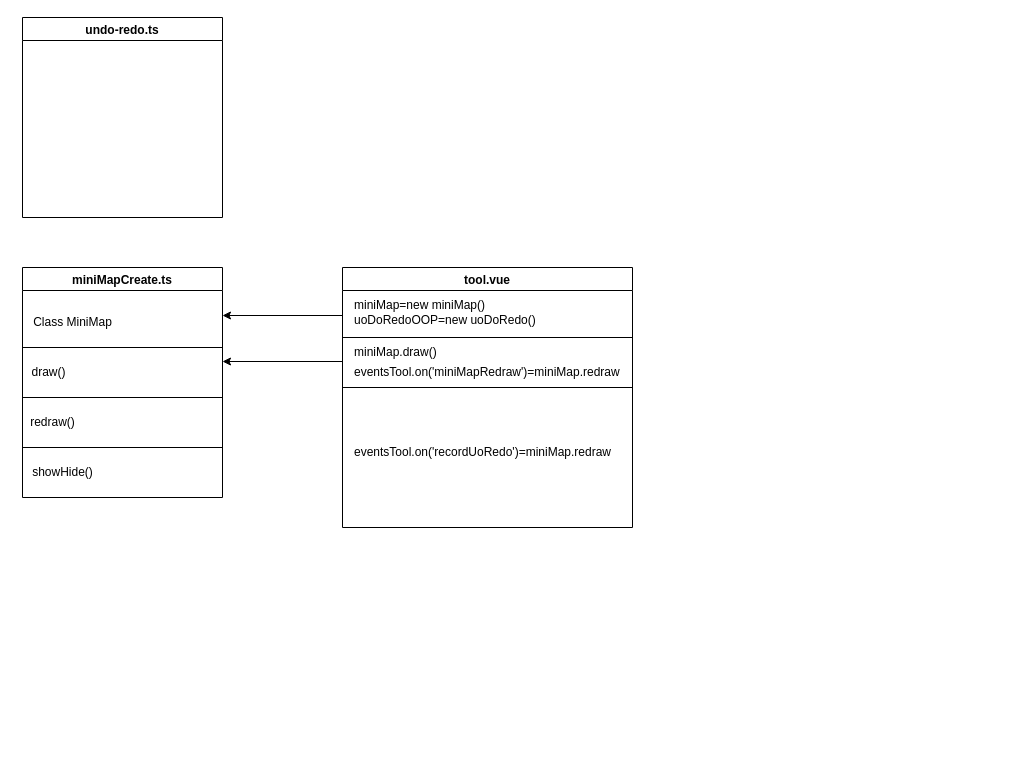
Before: Untitled Diagram.drawio in dlf9412/Vue3.0-Node, a draw.io diagram. Source tidied: cells renumbered, new cells numbered last; positions are measured from the earlier drawing's top-left corner, leaving out a move shared by most shapes. Both pictures are drawn from the tidied source at 100%, with x=0, y=0 at pixel (17, 17).
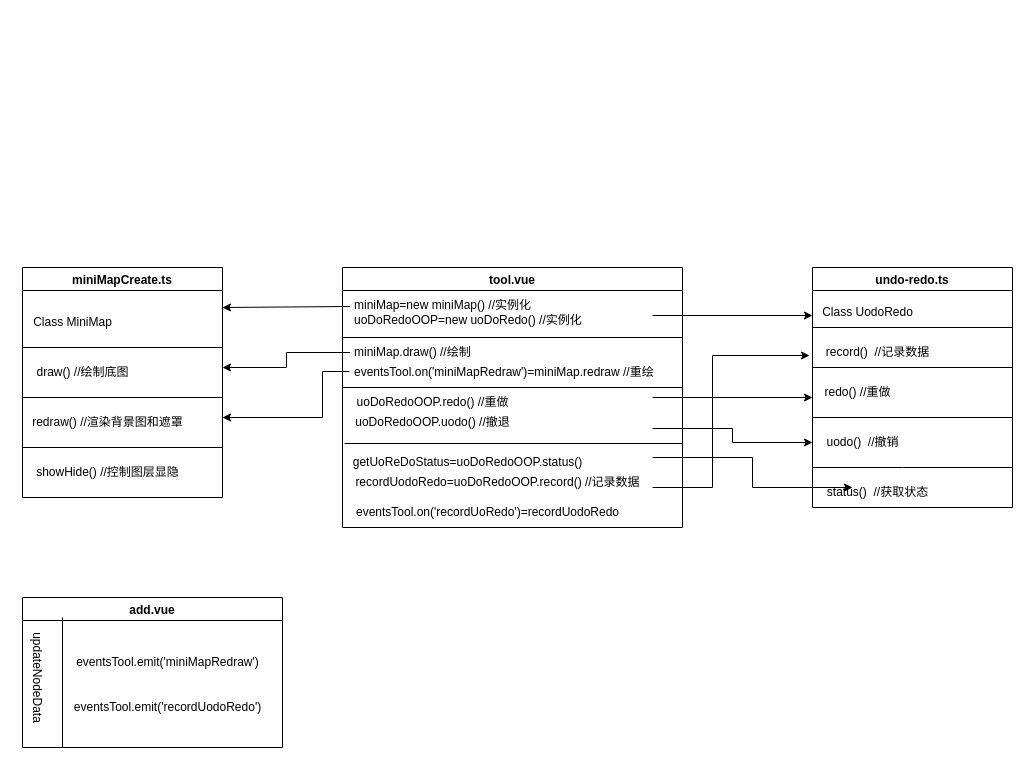
Above is the later version.

Unchanged cells that the change refers to:
```xml
<mxCell id="2" value="miniMapCreate.ts" style="swimlane;" parent="1" vertex="1">
  <mxGeometry x="5" y="250" width="200" height="230" as="geometry" />
</mxCell>
```

What changed in the source:
```diff
@@
-    <mxCell id="5" value="draw()" style="text;html=1;align=center;verticalAlign=middle;strokeColor=none;fillColor=none;" parent="2" vertex="1">
-      <mxGeometry x="-4" y="90" width="60" height="30" as="geometry" />
+    <mxCell id="5" value="draw() //绘制底图" style="text;html=1;align=center;verticalAlign=middle;strokeColor=none;fillColor=none;" parent="2" vertex="1">
+      <mxGeometry y="90" width="120" height="30" as="geometry" />
     </mxCell>
-    <mxCell id="6" value="redraw()" style="text;html=1;align=center;verticalAlign=middle;strokeColor=none;fillColor=none;" parent="2" vertex="1">
-      <mxGeometry x="-5" y="140" width="70" height="30" as="geometry" />
+    <mxCell id="6" value="redraw() //渲染背景图和遮罩" style="text;html=1;align=center;verticalAlign=middle;strokeColor=none;fillColor=none;" parent="2" vertex="1">
+      <mxGeometry y="140" width="170" height="30" as="geometry" />
     </mxCell>
-    <mxCell id="7" value="showHide()" style="text;html=1;align=center;verticalAlign=middle;strokeColor=none;fillColor=none;" parent="2" vertex="1">
-      <mxGeometry y="190" width="80" height="30" as="geometry" />
+    <mxCell id="7" value="showHide() //控制图层显隐" style="text;html=1;align=center;verticalAlign=middle;strokeColor=none;fillColor=none;" parent="2" vertex="1">
+      <mxGeometry y="190" width="170" height="30" as="geometry" />
     </mxCell>
     <mxCell id="8" value="tool.vue" style="swimlane;" parent="1" vertex="1">
-      <mxGeometry x="325" y="250" width="290" height="260" as="geometry" />
+      <mxGeometry x="325" y="250" width="340" height="260" as="geometry" />
     </mxCell>
-    <mxCell id="9" value="miniMap=new miniMap()&lt;br&gt;uoDoRedoOOP=new uoDoRedo()" style="text;html=1;align=left;verticalAlign=middle;points=[];strokeColor=none;fillColor=none;" parent="8" vertex="1">
-      <mxGeometry x="10" y="25" width="210" height="40" as="geometry" />
+    <mxCell id="9" value="miniMap=new miniMap() //实例化&lt;br&gt;uoDoRedoOOP=new uoDoRedo() //实例化" style="text;html=1;align=left;verticalAlign=middle;points=[];strokeColor=none;fillColor=none;" parent="8" vertex="1">
+      <mxGeometry x="10" y="25" width="250" height="40" as="geometry" />
     </mxCell>
-    <mxCell id="10" value="miniMap.draw()" style="text;html=1;align=left;verticalAlign=middle;points=[];strokeColor=none;fillColor=none;" parent="8" vertex="1">
-      <mxGeometry x="10" y="70" width="110" height="30" as="geometry" />
+    <mxCell id="10" value="miniMap.draw() //绘制" style="text;html=1;align=left;verticalAlign=middle;points=[];strokeColor=none;fillColor=none;" parent="8" vertex="1">
+      <mxGeometry x="10" y="70" width="140" height="30" as="geometry" />
     </mxCell>
-    <mxCell id="11" value="eventsTool.on('miniMapRedraw')=miniMap.redraw" style="text;html=1;align=left;verticalAlign=middle;points=[];strokeColor=none;fillColor=none;" parent="8" vertex="1">
-      <mxGeometry x="10" y="90" width="290" height="30" as="geometry" />
+    <mxCell id="11" value="eventsTool.on('miniMapRedraw')=miniMap.redraw //重绘" style="text;html=1;align=left;verticalAlign=middle;points=[];strokeColor=none;fillColor=none;" parent="8" vertex="1">
+      <mxGeometry x="10" y="90" width="320" height="30" as="geometry" />
     </mxCell>
-    <mxCell id="12" value="eventsTool.on('recordUoRedo')=miniMap.redraw" style="text;html=1;align=center;verticalAlign=middle;strokeColor=none;fillColor=none;" parent="8" vertex="1">
-      <mxGeometry y="170" width="280" height="30" as="geometry" />
+    <mxCell id="12" value="eventsTool.on('recordUoRedo')=recordUodoRedo" style="text;html=1;align=center;verticalAlign=middle;strokeColor=none;fillColor=none;" parent="8" vertex="1">
+      <mxGeometry y="230" width="290" height="30" as="geometry" />
     </mxCell>
+    <mxCell id="20" value="&lt;span style=&quot;text-align: left;&quot;&gt;uoDoRedoOOP&lt;/span&gt;.uodo() //撤退" style="text;html=1;align=center;verticalAlign=middle;strokeColor=none;fillColor=none;" parent="8" vertex="1">
+      <mxGeometry y="140" width="180" height="30" as="geometry" />
+    </mxCell>
+    <mxCell id="21" value="getUoReDoStatus=&lt;span style=&quot;text-align: left;&quot;&gt;uoDoRedoOOP.status()&lt;/span&gt;" style="text;html=1;align=center;verticalAlign=middle;points=[];strokeColor=none;fillColor=none;" parent="8" vertex="1">
+      <mxGeometry y="180" width="250" height="30" as="geometry" />
+    </mxCell>
+    <mxCell id="22" value="recordUodoRedo=&lt;span style=&quot;text-align: left;&quot;&gt;uoDoRedoOOP.record() //记录数据&lt;/span&gt;" style="text;html=1;align=center;verticalAlign=middle;strokeColor=none;fillColor=none;" parent="8" vertex="1">
+      <mxGeometry y="200" width="310" height="30" as="geometry" />
+    </mxCell>
+    <mxCell id="23" value="&lt;span style=&quot;text-align: left;&quot;&gt;uoDoRedoOOP&lt;/span&gt;.redo() //重做" style="text;html=1;align=center;verticalAlign=middle;strokeColor=none;fillColor=none;" parent="8" vertex="1">
+      <mxGeometry y="120" width="180" height="30" as="geometry" />
+    </mxCell>
@@
-    <mxCell id="15" style="endArrow=classic;html=1;rounded=0;" parent="1" edge="1">
+    <mxCell id="15" style="endArrow=classic;html=1;rounded=0;exitX=-0.01;exitY=0.35;exitDx=0;exitDy=0;exitPerimeter=0;" parent="1" edge="1" source="9">
       <mxGeometry relative="1" as="geometry">
-        <mxPoint x="325" y="298" as="sourcePoint" />
-        <mxPoint x="205" y="298" as="targetPoint" />
+        <mxPoint x="205" y="290" as="targetPoint" />
       </mxGeometry>
     </mxCell>
-    <mxCell id="16" style="endArrow=classic;html=1;rounded=0;" parent="1" edge="1">
-      <mxGeometry relative="1" as="geometry">
-        <mxPoint x="325" y="344" as="sourcePoint" />
-        <mxPoint x="205" y="344" as="targetPoint" />
-      </mxGeometry>
-    </mxCell>
     <mxCell id="17" style="endArrow=none;html=1;rounded=0;" parent="1" edge="1">
       <mxGeometry relative="1" as="geometry">
         <mxPoint x="325" y="320" as="sourcePoint" />
-        <mxPoint x="615" y="320" as="targetPoint" />
+        <mxPoint x="665" y="320" as="targetPoint" />
       </mxGeometry>
     </mxCell>
-    <mxCell id="18" style="endArrow=none;html=1;rounded=0;entryX=0.966;entryY=1;entryDx=0;entryDy=0;entryPerimeter=0;" parent="1" edge="1" target="11">
+    <mxCell id="18" style="endArrow=none;html=1;rounded=0;" parent="1" edge="1">
       <mxGeometry relative="1" as="geometry">
         <mxPoint x="325" y="370" as="sourcePoint" />
+        <mxPoint x="665" y="370" as="targetPoint" />
       </mxGeometry>
     </mxCell>
     <mxCell id="19" value="undo-redo.ts" style="swimlane;startSize=23;" parent="1" vertex="1">
-      <mxGeometry x="5" width="200" height="200" as="geometry" />
+      <mxGeometry x="795" y="250" width="200" height="240" as="geometry" />
     </mxCell>
+    <mxCell id="24" value="Class UodoRedo" style="text;html=1;align=center;verticalAlign=middle;points=[];strokeColor=none;fillColor=none;" parent="19" vertex="1">
+      <mxGeometry y="30" width="110" height="30" as="geometry" />
+    </mxCell>
+    <mxCell id="25" value="record()&amp;nbsp; //记录数据" style="text;html=1;align=center;verticalAlign=middle;points=[];strokeColor=none;fillColor=none;" parent="19" vertex="1">
+      <mxGeometry y="70" width="130" height="30" as="geometry" />
+    </mxCell>
+    <mxCell id="26" value="uodo()&amp;nbsp; //撤销" style="text;html=1;align=center;verticalAlign=middle;points=[];strokeColor=none;fillColor=none;" parent="19" vertex="1">
+      <mxGeometry y="160" width="100" height="30" as="geometry" />
+    </mxCell>
+    <mxCell id="27" value="redo() //重做" style="text;html=1;align=center;verticalAlign=middle;strokeColor=none;fillColor=none;" parent="19" vertex="1">
+      <mxGeometry y="110" width="90" height="30" as="geometry" />
+    </mxCell>
+    <mxCell id="28" value="status()&amp;nbsp; //获取状态" style="text;html=1;align=center;verticalAlign=middle;strokeColor=none;fillColor=none;" parent="19" vertex="1">
+      <mxGeometry x="5" y="210" width="120" height="30" as="geometry" />
+    </mxCell>
+    <mxCell id="29" style="endArrow=none;html=1;rounded=0;" parent="19" edge="1">
+      <mxGeometry relative="1" as="geometry">
+        <mxPoint y="60" as="sourcePoint" />
+        <mxPoint x="200" y="60" as="targetPoint" />
+      </mxGeometry>
+    </mxCell>
+    <mxCell id="30" style="endArrow=none;html=1;rounded=0;" parent="19" edge="1">
+      <mxGeometry relative="1" as="geometry">
+        <mxPoint y="100" as="sourcePoint" />
+        <mxPoint x="200" y="100" as="targetPoint" />
+      </mxGeometry>
+    </mxCell>
+    <mxCell id="31" style="endArrow=none;html=1;rounded=0;" parent="19" edge="1">
+      <mxGeometry relative="1" as="geometry">
+        <mxPoint y="150" as="sourcePoint" />
+        <mxPoint x="200" y="150" as="targetPoint" />
+      </mxGeometry>
+    </mxCell>
+    <mxCell id="32" style="endArrow=none;html=1;rounded=0;" parent="19" edge="1">
+      <mxGeometry relative="1" as="geometry">
+        <mxPoint x="200" y="200" as="sourcePoint" />
+        <mxPoint y="200" as="targetPoint" />
+        <Array as="points">
+          <mxPoint x="90" y="200" />
+        </Array>
+      </mxGeometry>
+    </mxCell>
+    <mxCell id="33" style="edgeStyle=elbowEdgeStyle;elbow=horizontal;endArrow=classic;html=1;rounded=0;exitX=-0.01;exitY=0.467;exitDx=0;exitDy=0;exitPerimeter=0;" parent="1" edge="1" source="11">
+      <mxGeometry relative="1" as="geometry">
+        <mxPoint x="205" y="400" as="targetPoint" />
+        <Array as="points">
+          <mxPoint x="305" y="360" />
+        </Array>
+      </mxGeometry>
+    </mxCell>
+    <mxCell id="34" style="edgeStyle=elbowEdgeStyle;elbow=horizontal;endArrow=classic;html=1;rounded=0;exitX=-0.018;exitY=0.5;exitDx=0;exitDy=0;exitPerimeter=0;" parent="1" edge="1" source="10">
+      <mxGeometry relative="1" as="geometry">
+        <mxPoint x="205" y="350" as="targetPoint" />
+      </mxGeometry>
+    </mxCell>
+    <mxCell id="35" style="endArrow=classic;html=1;rounded=0;entryX=0;entryY=0.6;entryDx=0;entryDy=0;entryPerimeter=0;" parent="1" edge="1" target="24">
+      <mxGeometry relative="1" as="geometry">
+        <mxPoint x="635" y="298" as="sourcePoint" />
+      </mxGeometry>
+    </mxCell>
+    <mxCell id="36" style="edgeStyle=elbowEdgeStyle;elbow=horizontal;endArrow=classic;html=1;rounded=0;" parent="1" edge="1" target="26">
+      <mxGeometry relative="1" as="geometry">
+        <mxPoint x="635" y="411" as="sourcePoint" />
+      </mxGeometry>
+    </mxCell>
+    <mxCell id="37" style="endArrow=classic;html=1;rounded=0;" parent="1" edge="1">
+      <mxGeometry relative="1" as="geometry">
+        <mxPoint x="635" y="380" as="sourcePoint" />
+        <mxPoint x="795" y="380" as="targetPoint" />
+      </mxGeometry>
+    </mxCell>
+    <mxCell id="38" style="edgeStyle=elbowEdgeStyle;elbow=horizontal;endArrow=classic;html=1;rounded=0;" parent="1" edge="1">
+      <mxGeometry relative="1" as="geometry">
+        <mxPoint x="635" y="440" as="sourcePoint" />
+        <mxPoint x="835" y="470" as="targetPoint" />
+      </mxGeometry>
+    </mxCell>
+    <mxCell id="39" style="edgeStyle=elbowEdgeStyle;elbow=horizontal;endArrow=classic;html=1;rounded=0;entryX=-0.023;entryY=0.6;entryDx=0;entryDy=0;entryPerimeter=0;" parent="1" edge="1" target="25">
+      <mxGeometry relative="1" as="geometry">
+        <mxPoint x="635" y="470" as="sourcePoint" />
+        <Array as="points">
+          <mxPoint x="695" y="400" />
+        </Array>
+      </mxGeometry>
+    </mxCell>
+    <mxCell id="40" style="endArrow=none;html=1;rounded=0;exitX=0.008;exitY=-0.133;exitDx=0;exitDy=0;exitPerimeter=0;" parent="1" edge="1" source="21">
+      <mxGeometry relative="1" as="geometry">
+        <mxPoint x="665" y="426" as="targetPoint" />
+      </mxGeometry>
+    </mxCell>
+    <mxCell id="41" value="add.vue" style="swimlane;" parent="1" vertex="1">
+      <mxGeometry x="5" y="580" width="260" height="150" as="geometry" />
+    </mxCell>
+    <mxCell id="42" value="eventsTool.emit('miniMapRedraw')" style="text;html=1;align=center;verticalAlign=middle;strokeColor=none;fillColor=none;" parent="41" vertex="1">
+      <mxGeometry x="40" y="50" width="210" height="30" as="geometry" />
+    </mxCell>
+    <mxCell id="43" value="eventsTool.emit('recordUodoRedo')" style="text;html=1;align=center;verticalAlign=middle;strokeColor=none;fillColor=none;" parent="41" vertex="1">
+      <mxGeometry x="40" y="95" width="210" height="30" as="geometry" />
+    </mxCell>
+    <mxCell id="44" value="updateNodeData" style="text;html=1;align=center;verticalAlign=middle;strokeColor=none;fillColor=none;rotation=90;" parent="41" vertex="1">
+      <mxGeometry x="-40" y="65" width="110" height="30" as="geometry" />
+    </mxCell>
+    <mxCell id="45" style="endArrow=none;html=1;rounded=0;" parent="1" edge="1">
+      <mxGeometry relative="1" as="geometry">
+        <mxPoint x="45" y="730" as="sourcePoint" />
+        <mxPoint x="45" y="600" as="targetPoint" />
+      </mxGeometry>
+    </mxCell>
```
